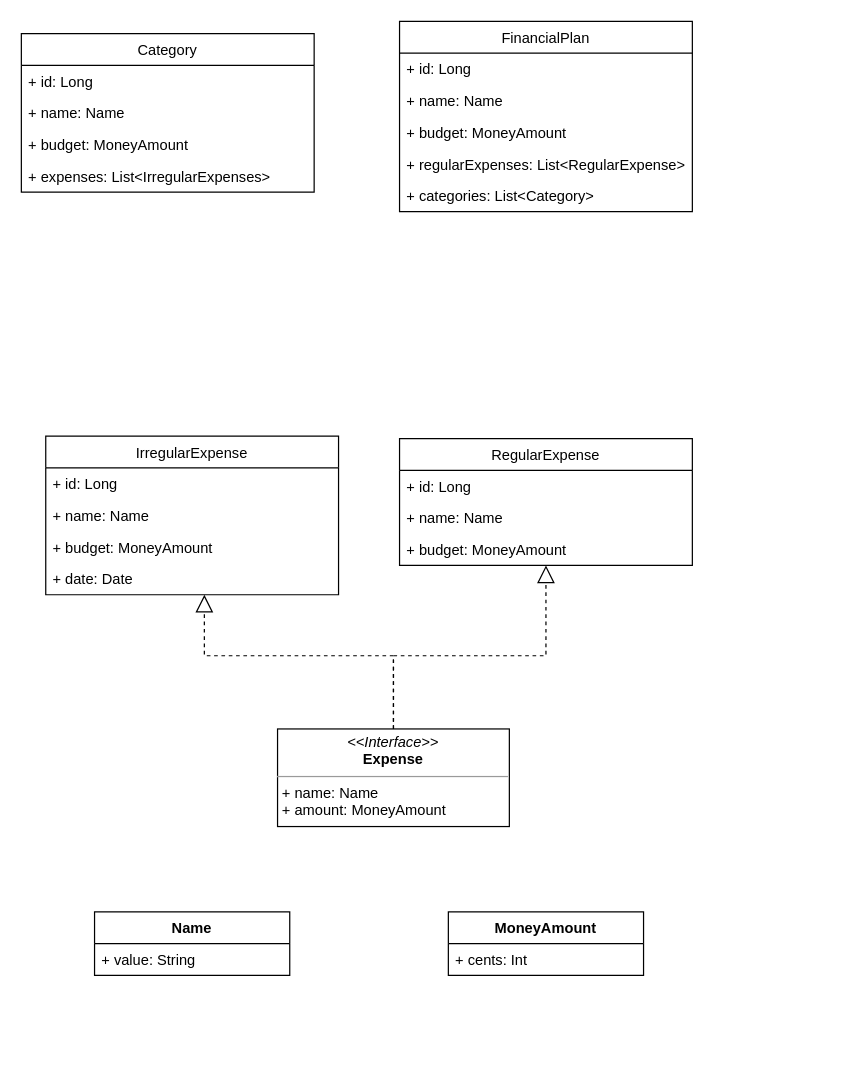
Above: docu/Untitled Diagram.drawio in wiuwiu1/financial-planner (draw.io), before the change. Source tidied: cells renumbered, new cells numbered last; positions are measured from the earlier drawing's top-left corner, leaving out a move shared by most shapes. Both pictures are drawn from the tidied source at 122%, with x=0, y=0 at pixel (21, 21).
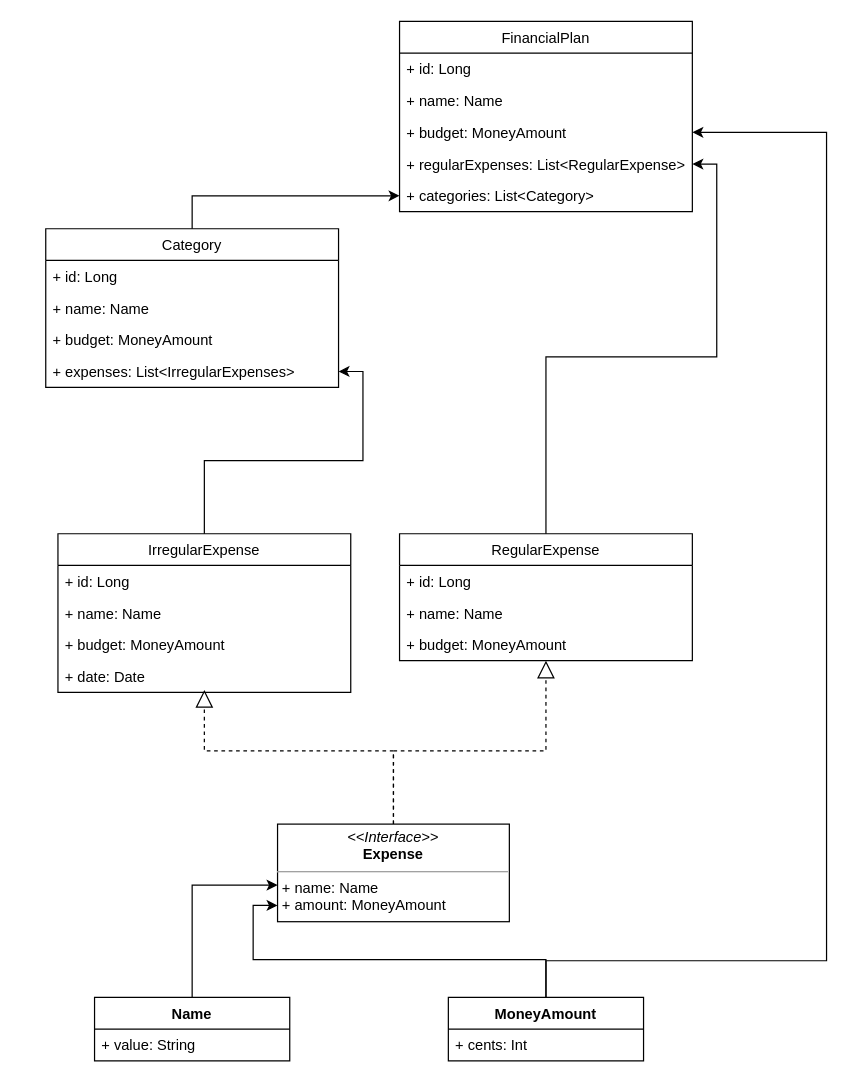
After the change.

Unchanged cells that the change refers to:
```xml
<mxCell id="5" value="+ budget: MoneyAmount" style="text;strokeColor=none;fillColor=none;align=left;verticalAlign=top;spacingLeft=4;spacingRight=4;overflow=hidden;points=[[0,0.5],[1,0.5]];portConstraint=eastwest;" parent="2" vertex="1">
  <mxGeometry y="78" width="240" height="26" as="geometry" />
</mxCell>
<mxCell id="6" value="+ regularExpenses: List&lt;RegularExpense&gt;" style="text;strokeColor=none;fillColor=none;align=left;verticalAlign=top;spacingLeft=4;spacingRight=4;overflow=hidden;points=[[0,0.5],[1,0.5]];portConstraint=eastwest;" parent="2" vertex="1">
  <mxGeometry y="104" width="240" height="26" as="geometry" />
</mxCell>
<mxCell id="7" value="+ categories: List&lt;Category&gt;" style="text;strokeColor=none;fillColor=none;align=left;verticalAlign=top;spacingLeft=4;spacingRight=4;overflow=hidden;points=[[0,0.5],[1,0.5]];portConstraint=eastwest;" parent="2" vertex="1">
  <mxGeometry y="130" width="240" height="26" as="geometry" />
</mxCell>
<mxCell id="16" value="+ budget: MoneyAmount" style="text;strokeColor=none;fillColor=none;align=left;verticalAlign=top;spacingLeft=4;spacingRight=4;overflow=hidden;points=[[0,0.5],[1,0.5]];portConstraint=eastwest;" parent="13" vertex="1">
  <mxGeometry y="78" width="240" height="26" as="geometry" />
</mxCell>
<mxCell id="26" value="+ expenses: List&lt;IrregularExpenses&gt;" style="text;strokeColor=none;fillColor=none;align=left;verticalAlign=top;spacingLeft=4;spacingRight=4;overflow=hidden;points=[[0,0.5],[1,0.5]];portConstraint=eastwest;" parent="22" vertex="1">
  <mxGeometry y="104" width="240" height="26" as="geometry" />
</mxCell>
```

The edit, as a diff of the source:
```diff
@@
+    <mxCell id="29" style="edgeStyle=orthogonalEdgeStyle;rounded=0;jettySize=auto;html=1;exitX=0.5;exitY=0;exitDx=0;exitDy=0;entryX=0;entryY=0.833;entryDx=0;entryDy=0;entryPerimeter=0;" parent="1" edge="1" source="8" target="12">
+      <mxGeometry relative="1" as="geometry" />
+    </mxCell>
+    <mxCell id="30" style="edgeStyle=orthogonalEdgeStyle;rounded=0;jettySize=auto;html=1;exitX=0.5;exitY=0;exitDx=0;exitDy=0;entryX=1;entryY=0.5;entryDx=0;entryDy=0;" parent="1" edge="1" source="8" target="5">
+      <mxGeometry relative="1" as="geometry">
+        <Array as="points">
+          <mxPoint x="430" y="770" />
+          <mxPoint x="660" y="770" />
+          <mxPoint x="660" y="91" />
+        </Array>
+      </mxGeometry>
+    </mxCell>
     <mxCell id="8" value="MoneyAmount" style="swimlane;fontStyle=1;align=center;verticalAlign=top;horizontal=1;startSize=26;" parent="1" vertex="1">
-      <mxGeometry x="350" y="730" width="160" height="52" as="geometry" />
+      <mxGeometry x="350" y="800" width="160" height="52" as="geometry" />
     </mxCell>
@@
+    <mxCell id="31" style="edgeStyle=orthogonalEdgeStyle;rounded=0;jettySize=auto;html=1;exitX=0.5;exitY=0;exitDx=0;exitDy=0;entryX=0;entryY=0.625;entryDx=0;entryDy=0;entryPerimeter=0;" parent="1" edge="1" source="10" target="12">
+      <mxGeometry relative="1" as="geometry" />
+    </mxCell>
     <mxCell id="10" value="Name" style="swimlane;fontStyle=1;align=center;verticalAlign=top;horizontal=1;startSize=26;" parent="1" vertex="1">
-      <mxGeometry x="60" y="730" width="160" height="52" as="geometry" />
+      <mxGeometry x="60" y="800" width="160" height="52" as="geometry" />
     </mxCell>
@@
     <mxCell id="12" value="&lt;p style=&quot;margin:0px;margin-top:4px;text-align:center;&quot;&gt;&lt;i&gt;&amp;lt;&amp;lt;Interface&amp;gt;&amp;gt;&lt;/i&gt;&lt;br&gt;&lt;b&gt;Expense&lt;/b&gt;&lt;/p&gt;&lt;hr size=&quot;1&quot;&gt;&lt;p style=&quot;margin:0px;margin-left:4px;&quot;&gt;+ name: Name&lt;br&gt;+ amount: MoneyAmount&lt;/p&gt;&lt;p style=&quot;margin:0px;margin-left:4px;&quot;&gt;&lt;br&gt;&lt;/p&gt;" style="verticalAlign=top;align=left;overflow=fill;fontSize=12;fontFamily=Helvetica;html=1;" parent="1" vertex="1">
-      <mxGeometry x="210" y="580" width="190" height="80" as="geometry" />
+      <mxGeometry x="210" y="658" width="190" height="80" as="geometry" />
     </mxCell>
+    <mxCell id="32" style="edgeStyle=orthogonalEdgeStyle;rounded=0;jettySize=auto;html=1;exitX=0.5;exitY=0;exitDx=0;exitDy=0;entryX=1;entryY=0.5;entryDx=0;entryDy=0;" parent="1" edge="1" source="13" target="6">
+      <mxGeometry relative="1" as="geometry" />
+    </mxCell>
     <mxCell id="13" value="RegularExpense" style="swimlane;fontStyle=0;horizontal=1;startSize=26;fillColor=none;" parent="1" vertex="1">
-      <mxGeometry x="310" y="342" width="240" height="104" as="geometry" />
+      <mxGeometry x="310" y="420" width="240" height="104" as="geometry" />
     </mxCell>
@@
+    <mxCell id="33" style="edgeStyle=orthogonalEdgeStyle;rounded=0;jettySize=auto;html=1;exitX=0.5;exitY=0;exitDx=0;exitDy=0;" parent="1" edge="1" source="17" target="26">
+      <mxGeometry relative="1" as="geometry" />
+    </mxCell>
     <mxCell id="17" value="IrregularExpense" style="swimlane;fontStyle=0;horizontal=1;startSize=26;fillColor=none;" parent="1" vertex="1">
-      <mxGeometry x="20" y="340" width="240" height="130" as="geometry" />
+      <mxGeometry x="30" y="420" width="240" height="130" as="geometry" />
     </mxCell>
@@
+    <mxCell id="34" style="edgeStyle=orthogonalEdgeStyle;rounded=0;jettySize=auto;html=1;exitX=0.5;exitY=0;exitDx=0;exitDy=0;entryX=0;entryY=0.5;entryDx=0;entryDy=0;" parent="1" edge="1" source="22" target="7">
+      <mxGeometry relative="1" as="geometry" />
+    </mxCell>
     <mxCell id="22" value="Category" style="swimlane;fontStyle=0;horizontal=1;startSize=26;fillColor=none;" parent="1" vertex="1">
-      <mxGeometry y="10" width="240" height="130" as="geometry" />
+      <mxGeometry x="20" y="170" width="240" height="130" as="geometry" />
     </mxCell>
@@
     <mxCell id="27" style="endArrow=block;dashed=1;endFill=0;endSize=12;html=1;rounded=0;exitX=0.5;exitY=0;exitDx=0;exitDy=0;" parent="1" edge="1" source="12" target="16">
       <mxGeometry relative="1" as="geometry">
         <Array as="points">
-          <mxPoint x="305" y="520" />
-          <mxPoint x="430" y="520" />
+          <mxPoint x="305" y="598" />
+          <mxPoint x="430" y="598" />
         </Array>
       </mxGeometry>
     </mxCell>
     <mxCell id="28" style="endArrow=block;dashed=1;endFill=0;endSize=12;html=1;rounded=0;exitX=0.5;exitY=0;exitDx=0;exitDy=0;" parent="1" edge="1" source="12">
       <mxGeometry relative="1" as="geometry">
-        <mxPoint x="150" y="470" as="targetPoint" />
+        <mxPoint x="150" y="548" as="targetPoint" />
         <Array as="points">
-          <mxPoint x="305" y="520" />
-          <mxPoint x="150" y="520" />
+          <mxPoint x="305" y="598" />
+          <mxPoint x="150" y="598" />
         </Array>
       </mxGeometry>
     </mxCell>
```
